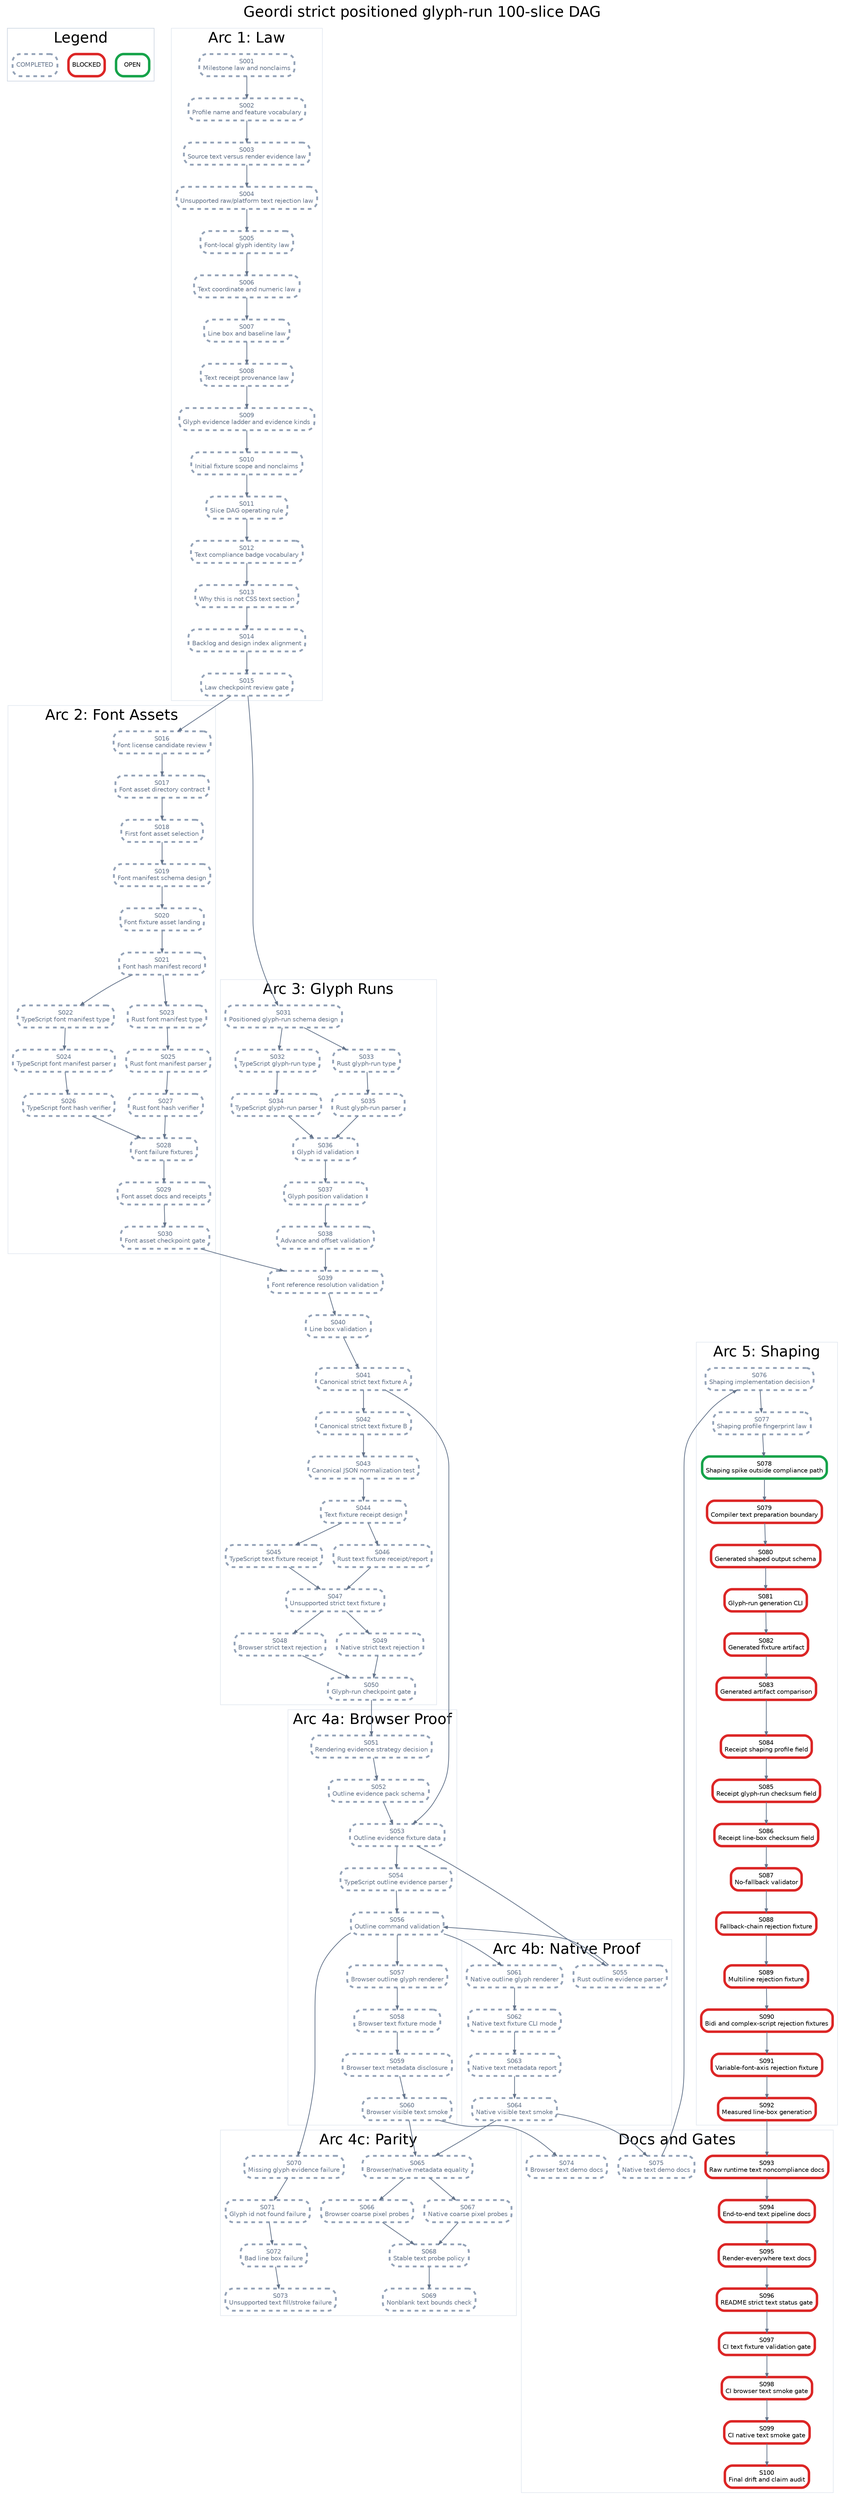
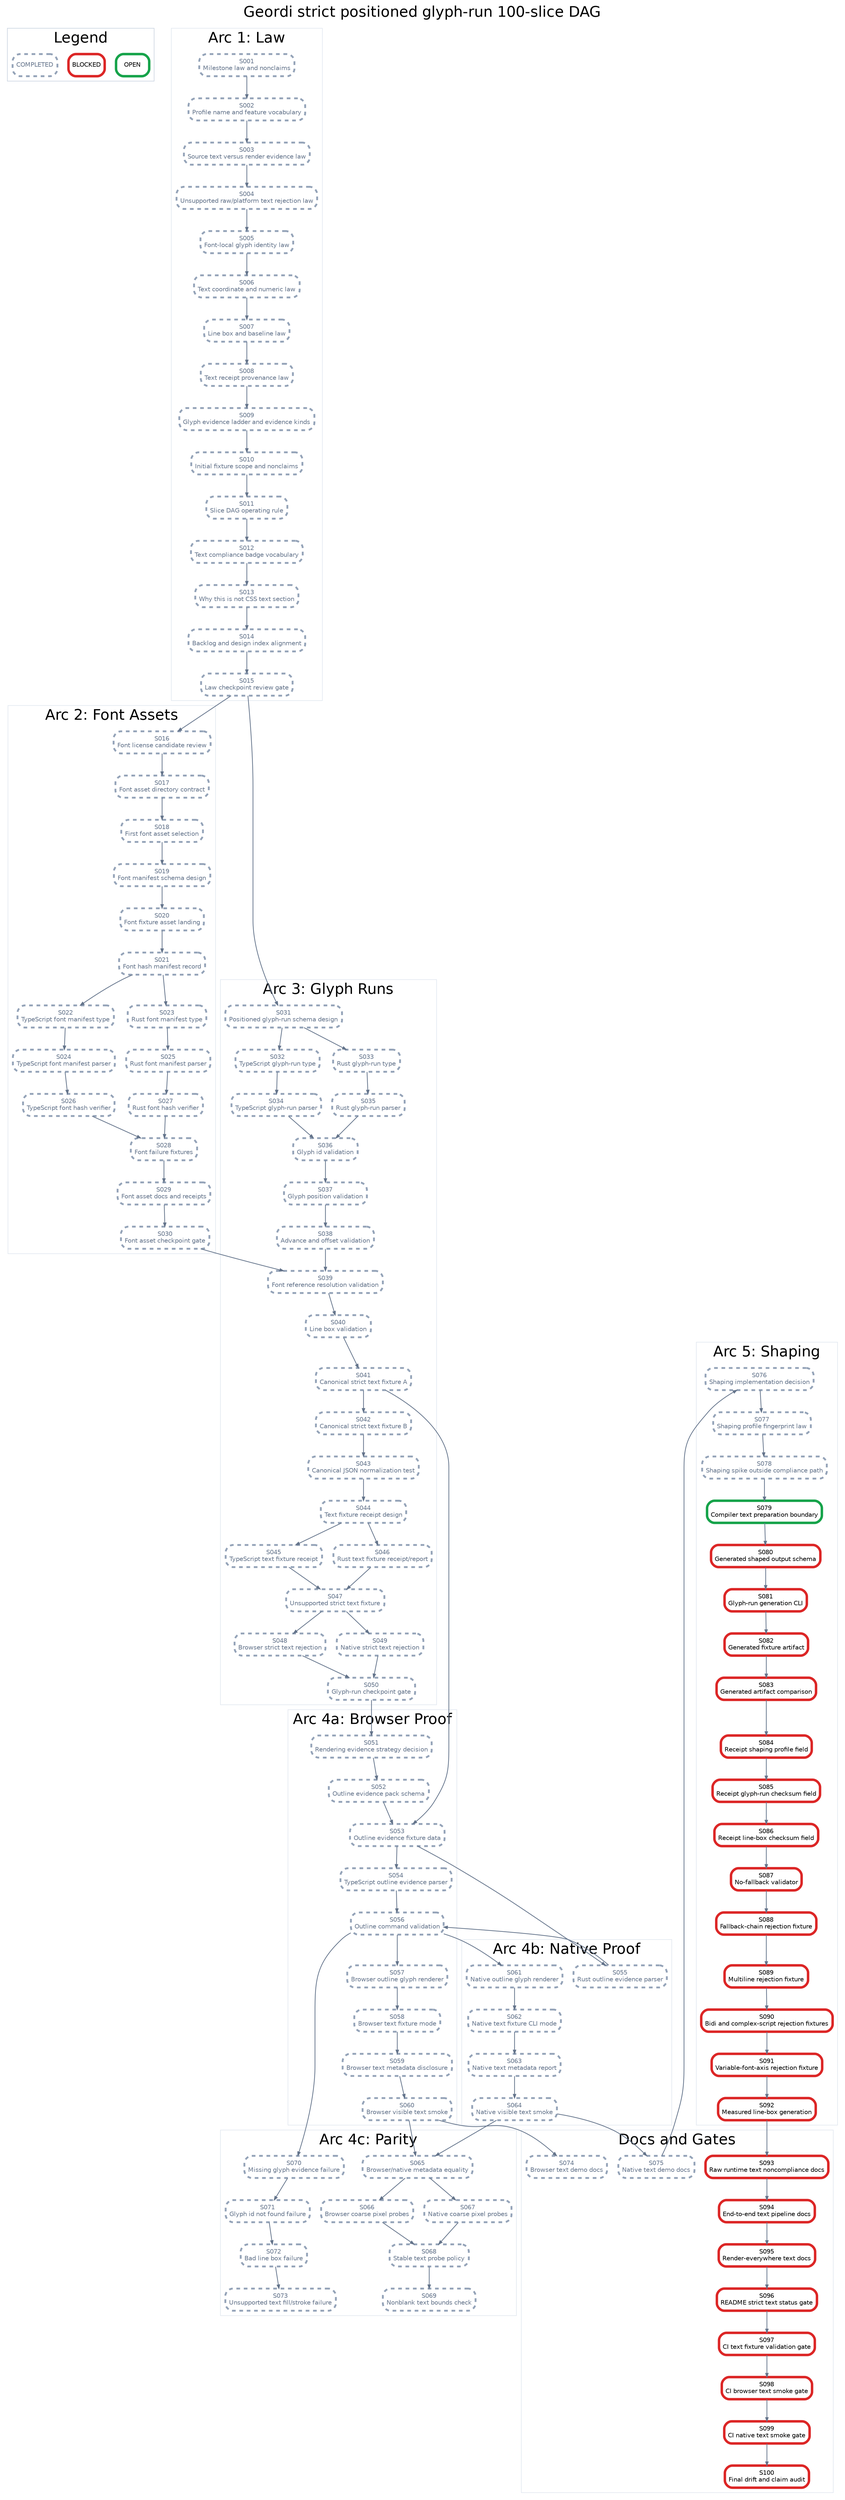
digraph StrictPositionedGlyphRunPlan {
  graph [rankdir=TB, bgcolor="white", fontname="Helvetica", label="Geordi strict positioned glyph-run 100-slice DAG", labelloc="t", fontsize=24];
  node [shape=box, style="rounded,filled", fillcolor="white", fontname="Helvetica", fontsize=10, margin="0.08,0.05"];
  edge [color="#64748b", arrowsize=0.6, penwidth=1.2];

  subgraph cluster_legend {
    label="Legend";
    color="#cbd5e1";
    legend_open [label="OPEN", color="#16a34a", penwidth=4];
    legend_blocked [label="BLOCKED", color="#dc2626", penwidth=4];
    legend_done [label="COMPLETED", color="#94a3b8", penwidth=3, style="rounded,filled,dashed", fontcolor="#64748b"];
  }

  subgraph cluster_law {
    label="Arc 1: Law";
    color="#e2e8f0";
    S001 [label="S001\nMilestone law and nonclaims", color="#94a3b8", penwidth=3, style="rounded,filled,dashed", fontcolor="#64748b"];
    S002 [label="S002\nProfile name and feature vocabulary", color="#94a3b8", penwidth=3, style="rounded,filled,dashed", fontcolor="#64748b"];
    S003 [label="S003\nSource text versus render evidence law", color="#94a3b8", penwidth=3, style="rounded,filled,dashed", fontcolor="#64748b"];
    S004 [label="S004\nUnsupported raw/platform text rejection law", color="#94a3b8", penwidth=3, style="rounded,filled,dashed", fontcolor="#64748b"];
    S005 [label="S005\nFont-local glyph identity law", color="#94a3b8", penwidth=3, style="rounded,filled,dashed", fontcolor="#64748b"];
    S006 [label="S006\nText coordinate and numeric law", color="#94a3b8", penwidth=3, style="rounded,filled,dashed", fontcolor="#64748b"];
    S007 [label="S007\nLine box and baseline law", color="#94a3b8", penwidth=3, style="rounded,filled,dashed", fontcolor="#64748b"];
    S008 [label="S008\nText receipt provenance law", color="#94a3b8", penwidth=3, style="rounded,filled,dashed", fontcolor="#64748b"];
    S009 [label="S009\nGlyph evidence ladder and evidence kinds", color="#94a3b8", penwidth=3, style="rounded,filled,dashed", fontcolor="#64748b"];
    S010 [label="S010\nInitial fixture scope and nonclaims", color="#94a3b8", penwidth=3, style="rounded,filled,dashed", fontcolor="#64748b"];
    S011 [label="S011\nSlice DAG operating rule", color="#94a3b8", penwidth=3, style="rounded,filled,dashed", fontcolor="#64748b"];
    S012 [label="S012\nText compliance badge vocabulary", color="#94a3b8", penwidth=3, style="rounded,filled,dashed", fontcolor="#64748b"];
    S013 [label="S013\nWhy this is not CSS text section", color="#94a3b8", penwidth=3, style="rounded,filled,dashed", fontcolor="#64748b"];
    S014 [label="S014\nBacklog and design index alignment", color="#94a3b8", penwidth=3, style="rounded,filled,dashed", fontcolor="#64748b"];
    S015 [label="S015\nLaw checkpoint review gate", color="#94a3b8", penwidth=3, style="rounded,filled,dashed", fontcolor="#64748b"];
  }

  subgraph cluster_assets {
    label="Arc 2: Font Assets";
    color="#e2e8f0";
    S016 [label="S016\nFont license candidate review", color="#94a3b8", penwidth=3, style="rounded,filled,dashed", fontcolor="#64748b"];
    S017 [label="S017\nFont asset directory contract", color="#94a3b8", penwidth=3, style="rounded,filled,dashed", fontcolor="#64748b"];
    S018 [label="S018\nFirst font asset selection", color="#94a3b8", penwidth=3, style="rounded,filled,dashed", fontcolor="#64748b"];
    S019 [label="S019\nFont manifest schema design", color="#94a3b8", penwidth=3, style="rounded,filled,dashed", fontcolor="#64748b"];
    S020 [label="S020\nFont fixture asset landing", color="#94a3b8", penwidth=3, style="rounded,filled,dashed", fontcolor="#64748b"];
    S021 [label="S021\nFont hash manifest record", color="#94a3b8", penwidth=3, style="rounded,filled,dashed", fontcolor="#64748b"];
    S022 [label="S022\nTypeScript font manifest type", color="#94a3b8", penwidth=3, style="rounded,filled,dashed", fontcolor="#64748b"];
    S023 [label="S023\nRust font manifest type", color="#94a3b8", penwidth=3, style="rounded,filled,dashed", fontcolor="#64748b"];
    S024 [label="S024\nTypeScript font manifest parser", color="#94a3b8", penwidth=3, style="rounded,filled,dashed", fontcolor="#64748b"];
    S025 [label="S025\nRust font manifest parser", color="#94a3b8", penwidth=3, style="rounded,filled,dashed", fontcolor="#64748b"];
    S026 [label="S026\nTypeScript font hash verifier", color="#94a3b8", penwidth=3, style="rounded,filled,dashed", fontcolor="#64748b"];
    S027 [label="S027\nRust font hash verifier", color="#94a3b8", penwidth=3, style="rounded,filled,dashed", fontcolor="#64748b"];
    S028 [label="S028\nFont failure fixtures", color="#94a3b8", penwidth=3, style="rounded,filled,dashed", fontcolor="#64748b"];
    S029 [label="S029\nFont asset docs and receipts", color="#94a3b8", penwidth=3, style="rounded,filled,dashed", fontcolor="#64748b"];
    S030 [label="S030\nFont asset checkpoint gate", color="#94a3b8", penwidth=3, style="rounded,filled,dashed", fontcolor="#64748b"];
  }

  subgraph cluster_glyph {
    label="Arc 3: Glyph Runs";
    color="#e2e8f0";
    S031 [label="S031\nPositioned glyph-run schema design", color="#94a3b8", penwidth=3, style="rounded,filled,dashed", fontcolor="#64748b"];
    S032 [label="S032\nTypeScript glyph-run type", color="#94a3b8", penwidth=3, style="rounded,filled,dashed", fontcolor="#64748b"];
    S033 [label="S033\nRust glyph-run type", color="#94a3b8", penwidth=3, style="rounded,filled,dashed", fontcolor="#64748b"];
    S034 [label="S034\nTypeScript glyph-run parser", color="#94a3b8", penwidth=3, style="rounded,filled,dashed", fontcolor="#64748b"];
    S035 [label="S035\nRust glyph-run parser", color="#94a3b8", penwidth=3, style="rounded,filled,dashed", fontcolor="#64748b"];
    S036 [label="S036\nGlyph id validation", color="#94a3b8", penwidth=3, style="rounded,filled,dashed", fontcolor="#64748b"];
    S037 [label="S037\nGlyph position validation", color="#94a3b8", penwidth=3, style="rounded,filled,dashed", fontcolor="#64748b"];
    S038 [label="S038\nAdvance and offset validation", color="#94a3b8", penwidth=3, style="rounded,filled,dashed", fontcolor="#64748b"];
    S039 [label="S039\nFont reference resolution validation", color="#94a3b8", penwidth=3, style="rounded,filled,dashed", fontcolor="#64748b"];
    S040 [label="S040\nLine box validation", color="#94a3b8", penwidth=3, style="rounded,filled,dashed", fontcolor="#64748b"];
    S041 [label="S041\nCanonical strict text fixture A", color="#94a3b8", penwidth=3, style="rounded,filled,dashed", fontcolor="#64748b"];
    S042 [label="S042\nCanonical strict text fixture B", color="#94a3b8", penwidth=3, style="rounded,filled,dashed", fontcolor="#64748b"];
    S043 [label="S043\nCanonical JSON normalization test", color="#94a3b8", penwidth=3, style="rounded,filled,dashed", fontcolor="#64748b"];
    S044 [label="S044\nText fixture receipt design", color="#94a3b8", penwidth=3, style="rounded,filled,dashed", fontcolor="#64748b"];
    S045 [label="S045\nTypeScript text fixture receipt", color="#94a3b8", penwidth=3, style="rounded,filled,dashed", fontcolor="#64748b"];
    S046 [label="S046\nRust text fixture receipt/report", color="#94a3b8", penwidth=3, style="rounded,filled,dashed", fontcolor="#64748b"];
    S047 [label="S047\nUnsupported strict text fixture", color="#94a3b8", penwidth=3, style="rounded,filled,dashed", fontcolor="#64748b"];
    S048 [label="S048\nBrowser strict text rejection", color="#94a3b8", penwidth=3, style="rounded,filled,dashed", fontcolor="#64748b"];
    S049 [label="S049\nNative strict text rejection", color="#94a3b8", penwidth=3, style="rounded,filled,dashed", fontcolor="#64748b"];
    S050 [label="S050\nGlyph-run checkpoint gate", color="#94a3b8", penwidth=3, style="rounded,filled,dashed", fontcolor="#64748b"];
  }

  subgraph cluster_browser {
    label="Arc 4a: Browser Proof";
    color="#e2e8f0";
    S051 [label="S051\nRendering evidence strategy decision", color="#94a3b8", penwidth=3, style="rounded,filled,dashed", fontcolor="#64748b"];
    S052 [label="S052\nOutline evidence pack schema", color="#94a3b8", penwidth=3, style="rounded,filled,dashed", fontcolor="#64748b"];
    S053 [label="S053\nOutline evidence fixture data", color="#94a3b8", penwidth=3, style="rounded,filled,dashed", fontcolor="#64748b"];
    S054 [label="S054\nTypeScript outline evidence parser", color="#94a3b8", penwidth=3, style="rounded,filled,dashed", fontcolor="#64748b"];
    S056 [label="S056\nOutline command validation", color="#94a3b8", penwidth=3, style="rounded,filled,dashed", fontcolor="#64748b"];
    S057 [label="S057\nBrowser outline glyph renderer", color="#94a3b8", penwidth=3, style="rounded,filled,dashed", fontcolor="#64748b"];
    S058 [label="S058\nBrowser text fixture mode", color="#94a3b8", penwidth=3, style="rounded,filled,dashed", fontcolor="#64748b"];
    S059 [label="S059\nBrowser text metadata disclosure", color="#94a3b8", penwidth=3, style="rounded,filled,dashed", fontcolor="#64748b"];
    S060 [label="S060\nBrowser visible text smoke", color="#94a3b8", penwidth=3, style="rounded,filled,dashed", fontcolor="#64748b"];
  }

  subgraph cluster_native {
    label="Arc 4b: Native Proof";
    color="#e2e8f0";
    S055 [label="S055\nRust outline evidence parser", color="#94a3b8", penwidth=3, style="rounded,filled,dashed", fontcolor="#64748b"];
    S061 [label="S061\nNative outline glyph renderer", color="#94a3b8", penwidth=3, style="rounded,filled,dashed", fontcolor="#64748b"];
    S062 [label="S062\nNative text fixture CLI mode", color="#94a3b8", penwidth=3, style="rounded,filled,dashed", fontcolor="#64748b"];
    S063 [label="S063\nNative text metadata report", color="#94a3b8", penwidth=3, style="rounded,filled,dashed", fontcolor="#64748b"];
    S064 [label="S064\nNative visible text smoke", color="#94a3b8", penwidth=3, style="rounded,filled,dashed", fontcolor="#64748b"];
  }

  subgraph cluster_parity {
    label="Arc 4c: Parity";
    color="#e2e8f0";
    S065 [label="S065\nBrowser/native metadata equality", color="#94a3b8", penwidth=3, style="rounded,filled,dashed", fontcolor="#64748b"];
    S066 [label="S066\nBrowser coarse pixel probes", color="#94a3b8", penwidth=3, style="rounded,filled,dashed", fontcolor="#64748b"];
    S067 [label="S067\nNative coarse pixel probes", color="#94a3b8", penwidth=3, style="rounded,filled,dashed", fontcolor="#64748b"];
    S068 [label="S068\nStable text probe policy", color="#94a3b8", penwidth=3, style="rounded,filled,dashed", fontcolor="#64748b"];
    S069 [label="S069\nNonblank text bounds check", color="#94a3b8", penwidth=3, style="rounded,filled,dashed", fontcolor="#64748b"];
    S070 [label="S070\nMissing glyph evidence failure", color="#94a3b8", penwidth=3, style="rounded,filled,dashed", fontcolor="#64748b"];
    S071 [label="S071\nGlyph id not found failure", color="#94a3b8", penwidth=3, style="rounded,filled,dashed", fontcolor="#64748b"];
    S072 [label="S072\nBad line box failure", color="#94a3b8", penwidth=3, style="rounded,filled,dashed", fontcolor="#64748b"];
    S073 [label="S073\nUnsupported text fill/stroke failure", color="#94a3b8", penwidth=3, style="rounded,filled,dashed", fontcolor="#64748b"];
  }

  subgraph cluster_shaping {
    label="Arc 5: Shaping";
    color="#e2e8f0";
    S076 [label="S076\nShaping implementation decision", color="#94a3b8", penwidth=3, style="rounded,filled,dashed", fontcolor="#64748b"];
    S077 [label="S077\nShaping profile fingerprint law", color="#94a3b8", penwidth=3, style="rounded,filled,dashed", fontcolor="#64748b"];
-     S078 [label="S078\nShaping spike outside compliance path", color="#16a34a", penwidth=4];
-     S079 [label="S079\nCompiler text preparation boundary", color="#dc2626", penwidth=4];
+     S078 [label="S078\nShaping spike outside compliance path", color="#94a3b8", penwidth=3, style="rounded,filled,dashed", fontcolor="#64748b"];
+     S079 [label="S079\nCompiler text preparation boundary", color="#16a34a", penwidth=4];
    S080 [label="S080\nGenerated shaped output schema", color="#dc2626", penwidth=4];
    S081 [label="S081\nGlyph-run generation CLI", color="#dc2626", penwidth=4];
    S082 [label="S082\nGenerated fixture artifact", color="#dc2626", penwidth=4];
    S083 [label="S083\nGenerated artifact comparison", color="#dc2626", penwidth=4];
    S084 [label="S084\nReceipt shaping profile field", color="#dc2626", penwidth=4];
    S085 [label="S085\nReceipt glyph-run checksum field", color="#dc2626", penwidth=4];
    S086 [label="S086\nReceipt line-box checksum field", color="#dc2626", penwidth=4];
    S087 [label="S087\nNo-fallback validator", color="#dc2626", penwidth=4];
    S088 [label="S088\nFallback-chain rejection fixture", color="#dc2626", penwidth=4];
    S089 [label="S089\nMultiline rejection fixture", color="#dc2626", penwidth=4];
    S090 [label="S090\nBidi and complex-script rejection fixtures", color="#dc2626", penwidth=4];
    S091 [label="S091\nVariable-font-axis rejection fixture", color="#dc2626", penwidth=4];
    S092 [label="S092\nMeasured line-box generation", color="#dc2626", penwidth=4];
  }

  subgraph cluster_docs {
    label="Docs and Gates";
    color="#e2e8f0";
    S074 [label="S074\nBrowser text demo docs", color="#94a3b8", penwidth=3, style="rounded,filled,dashed", fontcolor="#64748b"];
    S075 [label="S075\nNative text demo docs", color="#94a3b8", penwidth=3, style="rounded,filled,dashed", fontcolor="#64748b"];
    S093 [label="S093\nRaw runtime text noncompliance docs", color="#dc2626", penwidth=4];
    S094 [label="S094\nEnd-to-end text pipeline docs", color="#dc2626", penwidth=4];
    S095 [label="S095\nRender-everywhere text docs", color="#dc2626", penwidth=4];
    S096 [label="S096\nREADME strict text status gate", color="#dc2626", penwidth=4];
    S097 [label="S097\nCI text fixture validation gate", color="#dc2626", penwidth=4];
    S098 [label="S098\nCI browser text smoke gate", color="#dc2626", penwidth=4];
    S099 [label="S099\nCI native text smoke gate", color="#dc2626", penwidth=4];
    S100 [label="S100\nFinal drift and claim audit", color="#dc2626", penwidth=4];
  }

  S001 -> S002;
  S002 -> S003;
  S003 -> S004;
  S004 -> S005;
  S005 -> S006;
  S006 -> S007;
  S007 -> S008;
  S008 -> S009;
  S009 -> S010;
  S010 -> S011;
  S011 -> S012;
  S012 -> S013;
  S013 -> S014;
  S014 -> S015;
  S015 -> S016;
  S016 -> S017;
  S017 -> S018;
  S018 -> S019;
  S019 -> S020;
  S020 -> S021;
  S021 -> S022;
  S021 -> S023;
  S022 -> S024;
  S023 -> S025;
  S024 -> S026;
  S025 -> S027;
  S026 -> S028;
  S027 -> S028;
  S028 -> S029;
  S029 -> S030;
  S015 -> S031;
  S031 -> S032;
  S031 -> S033;
  S032 -> S034;
  S033 -> S035;
  S034 -> S036;
  S035 -> S036;
  S036 -> S037;
  S037 -> S038;
  S038 -> S039;
  S039 -> S040;
  S030 -> S039;
  S040 -> S041;
  S041 -> S042;
  S042 -> S043;
  S043 -> S044;
  S044 -> S045;
  S044 -> S046;
  S045 -> S047;
  S046 -> S047;
  S047 -> S048;
  S047 -> S049;
  S048 -> S050;
  S049 -> S050;
  S050 -> S051;
  S051 -> S052;
  S052 -> S053;
  S041 -> S053;
  S053 -> S054;
  S053 -> S055;
  S054 -> S056;
  S055 -> S056;
  S056 -> S057;
  S057 -> S058;
  S058 -> S059;
  S059 -> S060;
  S056 -> S061;
  S061 -> S062;
  S062 -> S063;
  S063 -> S064;
  S060 -> S065;
  S064 -> S065;
  S065 -> S066;
  S065 -> S067;
  S066 -> S068;
  S067 -> S068;
  S068 -> S069;
  S056 -> S070;
  S070 -> S071;
  S071 -> S072;
  S072 -> S073;
  S060 -> S074;
  S064 -> S075;
  S075 -> S076;
  S076 -> S077;
  S077 -> S078;
  S078 -> S079;
  S079 -> S080;
  S080 -> S081;
  S081 -> S082;
  S082 -> S083;
  S083 -> S084;
  S084 -> S085;
  S085 -> S086;
  S086 -> S087;
  S087 -> S088;
  S088 -> S089;
  S089 -> S090;
  S090 -> S091;
  S091 -> S092;
  S092 -> S093;
  S093 -> S094;
  S094 -> S095;
  S095 -> S096;
  S096 -> S097;
  S097 -> S098;
  S098 -> S099;
  S099 -> S100;
}
